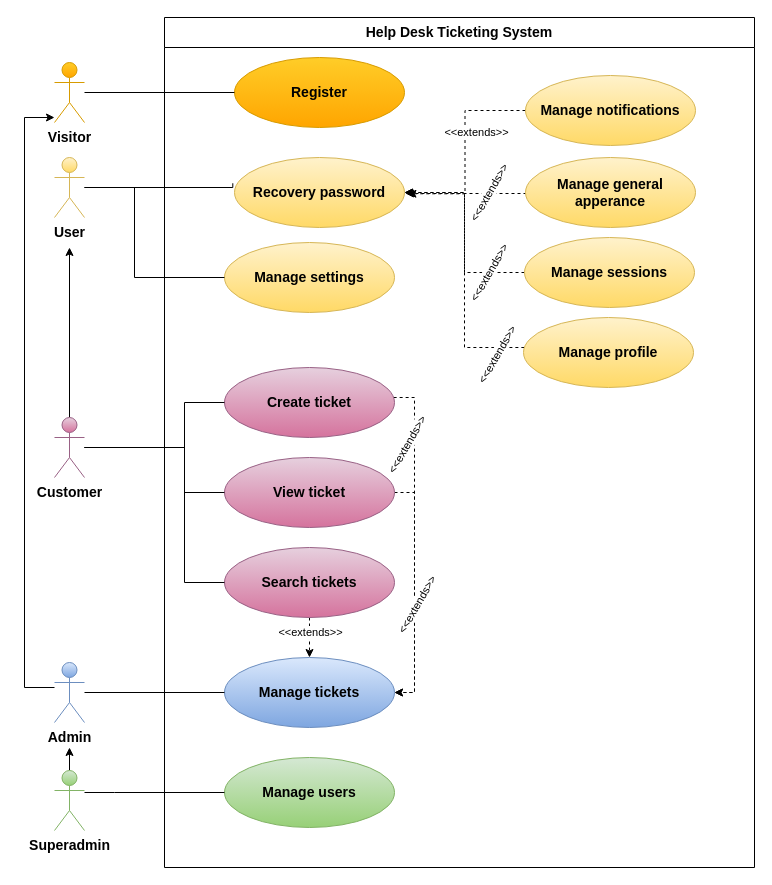
Earlier version of the draw.io diagram docs/diagrams/bases/use-case-diagram.drawio (NassimBenNsib/help-desk-web-base-app). Source tidied: cells renumbered, new cells numbered last; positions are measured from the earlier drawing's top-left corner, leaving out a move shared by most shapes. Both pictures are drawn from the tidied source at 100%, with x=0, y=0 at pixel (24, 17).
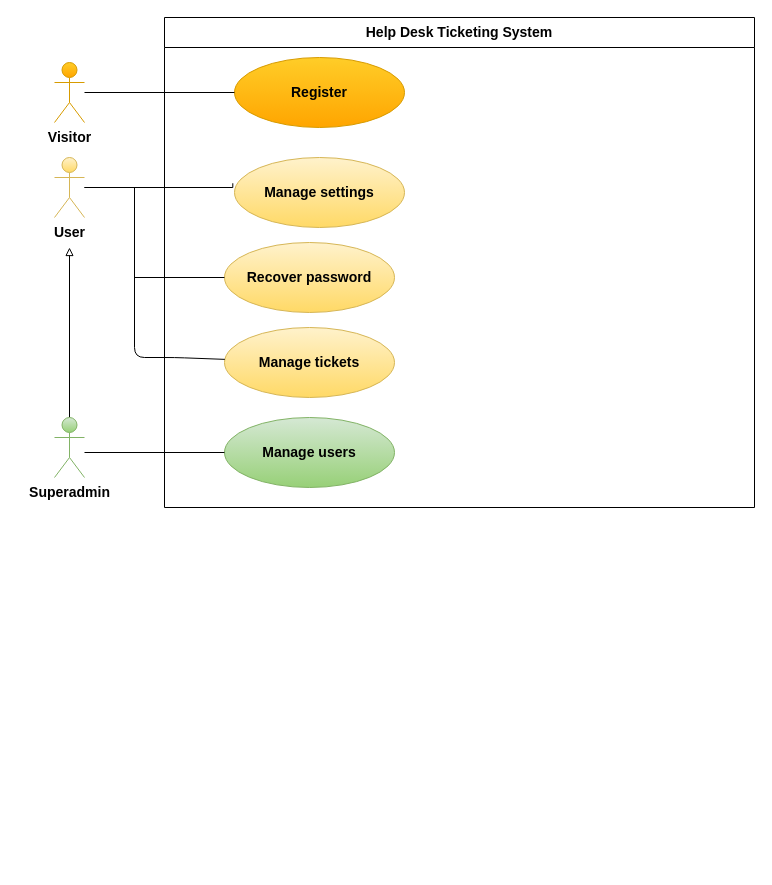
Above is the later version.

Commit message (it also covers changes not shown here):
Update use case

What changed in the source:
```diff
@@
     <mxCell id="2" value="Help Desk Ticketing System" style="swimlane;whiteSpace=wrap;html=1;startSize=30;fontSize=14;" parent="1" vertex="1">
-      <mxGeometry x="140" width="590" height="850" as="geometry" />
+      <mxGeometry x="140" width="590" height="490" as="geometry" />
     </mxCell>
@@
-    <mxCell id="4" value="&lt;b&gt;&lt;font style=&quot;font-size: 14px;&quot;&gt;Recovery password&lt;/font&gt;&lt;/b&gt;" style="ellipse;whiteSpace=wrap;html=1;fillColor=#fff2cc;gradientColor=#ffd966;strokeColor=#d6b656;" parent="2" vertex="1">
+    <mxCell id="4" value="&lt;span style=&quot;font-size: 14px;&quot;&gt;&lt;b&gt;Manage settings&lt;/b&gt;&lt;/span&gt;" style="ellipse;whiteSpace=wrap;html=1;fillColor=#fff2cc;gradientColor=#ffd966;strokeColor=#d6b656;" parent="2" vertex="1">
       <mxGeometry x="70" y="140" width="170" height="70" as="geometry" />
     </mxCell>
-    <mxCell id="5" value="&lt;span style=&quot;font-size: 14px;&quot;&gt;&lt;b&gt;Manage settings&lt;br&gt;&lt;/b&gt;&lt;/span&gt;" style="ellipse;whiteSpace=wrap;html=1;fillColor=#fff2cc;gradientColor=#ffd966;strokeColor=#d6b656;" parent="2" vertex="1">
+    <mxCell id="5" value="&lt;b style=&quot;border-color: var(--border-color);&quot;&gt;&lt;font style=&quot;border-color: var(--border-color); font-size: 14px;&quot;&gt;Recover password&lt;/font&gt;&lt;/b&gt;&lt;span style=&quot;font-size: 14px;&quot;&gt;&lt;b&gt;&lt;br&gt;&lt;/b&gt;&lt;/span&gt;" style="ellipse;whiteSpace=wrap;html=1;fillColor=#fff2cc;gradientColor=#ffd966;strokeColor=#d6b656;" parent="2" vertex="1">
       <mxGeometry x="60" y="225" width="170" height="70" as="geometry" />
     </mxCell>
-    <mxCell id="6" style="edgeStyle=orthogonalEdgeStyle;rounded=0;jettySize=auto;html=1;entryX=1.02;entryY=0.518;entryDx=0;entryDy=0;entryPerimeter=0;dashed=1;" parent="2" edge="1" source="7" target="4">
-      <mxGeometry relative="1" as="geometry">
-        <Array as="points">
-          <mxPoint x="300" y="255" />
-          <mxPoint x="300" y="176" />
-          <mxPoint x="243" y="176" />
-        </Array>
-      </mxGeometry>
-    </mxCell>
-    <mxCell id="7" value="&lt;b&gt;&lt;font style=&quot;font-size: 14px;&quot;&gt;Manage sessions&lt;br&gt;&lt;/font&gt;&lt;/b&gt;" style="ellipse;whiteSpace=wrap;html=1;fillColor=#fff2cc;gradientColor=#ffd966;strokeColor=#d6b656;" parent="2" vertex="1">
-      <mxGeometry x="360" y="220" width="170" height="70" as="geometry" />
-    </mxCell>
-    <mxCell id="8" style="edgeStyle=orthogonalEdgeStyle;rounded=0;jettySize=auto;html=1;entryX=1;entryY=0.5;entryDx=0;entryDy=0;dashed=1;" parent="2" edge="1" source="9" target="4">
-      <mxGeometry relative="1" as="geometry" />
-    </mxCell>
-    <mxCell id="9" value="&lt;span style=&quot;font-size: 14px;&quot;&gt;&lt;b&gt;Manage notifications&lt;/b&gt;&lt;/span&gt;" style="ellipse;whiteSpace=wrap;html=1;fillColor=#fff2cc;gradientColor=#ffd966;strokeColor=#d6b656;" parent="2" vertex="1">
-      <mxGeometry x="361" y="58" width="170" height="70" as="geometry" />
-    </mxCell>
-    <mxCell id="10" style="edgeStyle=orthogonalEdgeStyle;rounded=0;orthogonalLoop=1;jettySize=auto;html=1;entryX=1;entryY=0.5;entryDx=0;entryDy=0;dashed=1;" parent="2" edge="1">
-      <mxGeometry relative="1" as="geometry">
-        <mxPoint x="362" y="176" as="sourcePoint" />
-        <mxPoint x="241" y="176" as="targetPoint" />
-      </mxGeometry>
-    </mxCell>
-    <mxCell id="11" value="&lt;span style=&quot;font-size: 14px;&quot;&gt;&lt;b&gt;Manage general apperance&lt;/b&gt;&lt;/span&gt;" style="ellipse;whiteSpace=wrap;html=1;fillColor=#fff2cc;gradientColor=#ffd966;strokeColor=#d6b656;" parent="2" vertex="1">
-      <mxGeometry x="361" y="140" width="170" height="70" as="geometry" />
-    </mxCell>
-    <mxCell id="12" value="&lt;b&gt;&lt;font style=&quot;font-size: 14px;&quot;&gt;Manage tickets&lt;/font&gt;&lt;/b&gt;" style="ellipse;whiteSpace=wrap;html=1;fillColor=#dae8fc;gradientColor=#7ea6e0;strokeColor=#6c8ebf;" parent="2" vertex="1">
-      <mxGeometry x="60" y="640" width="170" height="70" as="geometry" />
+    <mxCell id="12" value="&lt;b&gt;&lt;font style=&quot;font-size: 14px;&quot;&gt;Manage tickets&lt;/font&gt;&lt;/b&gt;" style="ellipse;whiteSpace=wrap;html=1;fillColor=#fff2cc;gradientColor=#ffd966;strokeColor=#d6b656;" parent="2" vertex="1">
+      <mxGeometry x="60" y="310" width="170" height="70" as="geometry" />
     </mxCell>
-    <mxCell id="13" style="edgeStyle=orthogonalEdgeStyle;rounded=0;jettySize=auto;html=1;dashed=1;" parent="2" edge="1" source="14" target="12">
-      <mxGeometry relative="1" as="geometry">
-        <Array as="points">
-          <mxPoint x="250" y="380" />
-          <mxPoint x="250" y="675" />
-        </Array>
-      </mxGeometry>
-    </mxCell>
-    <mxCell id="14" value="&lt;b&gt;&lt;font style=&quot;font-size: 14px;&quot;&gt;Create ticket&lt;/font&gt;&lt;/b&gt;" style="ellipse;whiteSpace=wrap;html=1;fillColor=#e6d0de;gradientColor=#d5739d;strokeColor=#996185;" parent="2" vertex="1">
-      <mxGeometry x="60" y="350" width="170" height="70" as="geometry" />
-    </mxCell>
-    <mxCell id="15" style="edgeStyle=orthogonalEdgeStyle;rounded=0;jettySize=auto;html=1;entryX=1;entryY=0.5;entryDx=0;entryDy=0;dashed=1;" parent="2" edge="1" source="16" target="12">
-      <mxGeometry relative="1" as="geometry">
-        <Array as="points">
-          <mxPoint x="250" y="475" />
-          <mxPoint x="250" y="675" />
-        </Array>
-      </mxGeometry>
-    </mxCell>
-    <mxCell id="16" value="&lt;b&gt;&lt;font style=&quot;font-size: 14px;&quot;&gt;View ticket&lt;/font&gt;&lt;/b&gt;" style="ellipse;whiteSpace=wrap;html=1;fillColor=#e6d0de;gradientColor=#d5739d;strokeColor=#996185;" parent="2" vertex="1">
-      <mxGeometry x="60" y="440" width="170" height="70" as="geometry" />
-    </mxCell>
-    <mxCell id="17" style="edgeStyle=orthogonalEdgeStyle;rounded=0;jettySize=auto;html=1;endArrow=classic;endFill=1;dashed=1;" parent="2" edge="1" source="18" target="12">
-      <mxGeometry relative="1" as="geometry" />
-    </mxCell>
-    <mxCell id="18" value="&lt;b&gt;&lt;font style=&quot;font-size: 14px;&quot;&gt;Search tickets&lt;/font&gt;&lt;/b&gt;" style="ellipse;whiteSpace=wrap;html=1;fillColor=#e6d0de;gradientColor=#d5739d;strokeColor=#996185;" parent="2" vertex="1">
-      <mxGeometry x="60" y="530" width="170" height="70" as="geometry" />
-    </mxCell>
-    <mxCell id="19" value="&amp;lt;&amp;lt;extends&amp;gt;&amp;gt;" style="edgeLabel;html=1;align=center;verticalAlign=middle;rotation=-60;" parent="2" vertex="1">
-      <mxGeometry x="320" y="255" as="geometry">
-        <mxPoint x="1" y="4" as="offset" />
-      </mxGeometry>
-    </mxCell>
-    <mxCell id="20" style="edgeStyle=orthogonalEdgeStyle;rounded=0;jettySize=auto;html=1;entryX=1;entryY=0.5;entryDx=0;entryDy=0;dashed=1;" parent="2" edge="1" source="21" target="4">
-      <mxGeometry relative="1" as="geometry">
-        <Array as="points">
-          <mxPoint x="300" y="330" />
-          <mxPoint x="300" y="175" />
-        </Array>
-      </mxGeometry>
-    </mxCell>
-    <mxCell id="21" value="&lt;b&gt;&lt;font style=&quot;font-size: 14px;&quot;&gt;Manage profile&lt;br&gt;&lt;/font&gt;&lt;/b&gt;" style="ellipse;whiteSpace=wrap;html=1;fillColor=#fff2cc;gradientColor=#ffd966;strokeColor=#d6b656;" parent="2" vertex="1">
-      <mxGeometry x="359" y="300" width="170" height="70" as="geometry" />
-    </mxCell>
-    <mxCell id="22" value="&amp;lt;&amp;lt;extends&amp;gt;&amp;gt;" style="edgeLabel;html=1;align=center;verticalAlign=middle;" parent="2" vertex="1">
-      <mxGeometry x="310" y="110" as="geometry">
-        <mxPoint x="1" y="4" as="offset" />
-      </mxGeometry>
-    </mxCell>
-    <mxCell id="23" value="&amp;lt;&amp;lt;extends&amp;gt;&amp;gt;" style="edgeLabel;html=1;align=center;verticalAlign=middle;rotation=-60;" parent="2" vertex="1">
-      <mxGeometry x="320" y="175" as="geometry">
-        <mxPoint x="1" y="4" as="offset" />
-      </mxGeometry>
-    </mxCell>
-    <mxCell id="24" value="&amp;lt;&amp;lt;extends&amp;gt;&amp;gt;" style="edgeLabel;html=1;align=center;verticalAlign=middle;rotation=-60;" parent="2" vertex="1">
-      <mxGeometry x="230" y="300" as="geometry">
-        <mxPoint x="-105" y="74.4" as="offset" />
-      </mxGeometry>
-    </mxCell>
-    <mxCell id="25" value="&amp;lt;&amp;lt;extends&amp;gt;&amp;gt;" style="edgeLabel;html=1;align=center;verticalAlign=middle;rotation=-60;" parent="2" vertex="1">
-      <mxGeometry x="320" y="210" as="geometry">
-        <mxPoint x="-105" y="74.4" as="offset" />
-      </mxGeometry>
-    </mxCell>
-    <mxCell id="26" value="&amp;lt;&amp;lt;extends&amp;gt;&amp;gt;" style="edgeLabel;html=1;align=center;verticalAlign=middle;rotation=-60;" parent="2" vertex="1">
-      <mxGeometry x="240" y="460" as="geometry">
-        <mxPoint x="-105" y="74.4" as="offset" />
-      </mxGeometry>
-    </mxCell>
-    <mxCell id="27" value="&amp;lt;&amp;lt;extends&amp;gt;&amp;gt;" style="edgeLabel;html=1;align=center;verticalAlign=middle;rotation=0;" parent="2" vertex="1">
-      <mxGeometry x="250" y="540" as="geometry">
-        <mxPoint x="-105" y="74.4" as="offset" />
-      </mxGeometry>
-    </mxCell>
     <mxCell id="28" value="&lt;b&gt;&lt;font style=&quot;font-size: 14px;&quot;&gt;Manage users&lt;/font&gt;&lt;/b&gt;" style="ellipse;whiteSpace=wrap;html=1;fillColor=#d5e8d4;gradientColor=#97d077;strokeColor=#82b366;" parent="2" vertex="1">
-      <mxGeometry x="60" y="740" width="170" height="70" as="geometry" />
+      <mxGeometry x="60" y="400" width="170" height="70" as="geometry" />
     </mxCell>
-    <mxCell id="29" style="edgeStyle=orthogonalEdgeStyle;rounded=0;jettySize=auto;html=1;endArrow=none;endFill=0;" parent="1" edge="1" source="33" target="14">
-      <mxGeometry relative="1" as="geometry">
-        <Array as="points">
-          <mxPoint x="160" y="430" />
-          <mxPoint x="160" y="385" />
-        </Array>
-      </mxGeometry>
-    </mxCell>
-    <mxCell id="30" style="edgeStyle=orthogonalEdgeStyle;rounded=0;jettySize=auto;html=1;entryX=0;entryY=0.5;entryDx=0;entryDy=0;endArrow=none;endFill=0;" parent="1" edge="1" source="33" target="16">
-      <mxGeometry relative="1" as="geometry">
-        <Array as="points">
-          <mxPoint x="160" y="430" />
-          <mxPoint x="160" y="475" />
-        </Array>
-      </mxGeometry>
-    </mxCell>
-    <mxCell id="31" style="edgeStyle=orthogonalEdgeStyle;rounded=0;jettySize=auto;html=1;entryX=0;entryY=0.5;entryDx=0;entryDy=0;endArrow=none;endFill=0;" parent="1" edge="1" source="33" target="18">
-      <mxGeometry relative="1" as="geometry">
-        <Array as="points">
-          <mxPoint x="160" y="430" />
-          <mxPoint x="160" y="565" />
-        </Array>
-      </mxGeometry>
-    </mxCell>
-    <mxCell id="32" style="edgeStyle=orthogonalEdgeStyle;rounded=0;jettySize=auto;html=1;" parent="1" edge="1" source="33">
-      <mxGeometry relative="1" as="geometry">
-        <mxPoint x="45" y="230" as="targetPoint" />
-      </mxGeometry>
-    </mxCell>
-    <mxCell id="33" value="Customer" style="shape=umlActor;verticalLabelPosition=bottom;verticalAlign=top;html=1;outlineConnect=0;fillColor=#e6d0de;gradientColor=#d5739d;strokeColor=#996185;fontStyle=1;fontSize=14;" parent="1" vertex="1">
-      <mxGeometry x="30" y="400" width="30" height="60" as="geometry" />
-    </mxCell>
-    <mxCell id="34" style="edgeStyle=orthogonalEdgeStyle;rounded=0;orthogonalLoop=1;jettySize=auto;html=1;" parent="1" edge="1">
-      <mxGeometry relative="1" as="geometry">
-        <mxPoint x="30" y="670" as="sourcePoint" />
-        <mxPoint x="30" y="100" as="targetPoint" />
-        <Array as="points">
-          <mxPoint y="670" />
-          <mxPoint y="100" />
-        </Array>
-      </mxGeometry>
-    </mxCell>
-    <mxCell id="35" style="edgeStyle=orthogonalEdgeStyle;rounded=0;jettySize=auto;html=1;endArrow=none;endFill=0;" parent="1" edge="1" source="36" target="12">
-      <mxGeometry relative="1" as="geometry" />
-    </mxCell>
-    <mxCell id="36" value="Admin" style="shape=umlActor;verticalLabelPosition=bottom;verticalAlign=top;html=1;outlineConnect=0;fillColor=#dae8fc;gradientColor=#7ea6e0;strokeColor=#6c8ebf;fontStyle=1;fontSize=14;" parent="1" vertex="1">
-      <mxGeometry x="30" y="645" width="30" height="60" as="geometry" />
-    </mxCell>
-    <mxCell id="37" style="edgeStyle=orthogonalEdgeStyle;rounded=0;jettySize=auto;html=1;" parent="1" edge="1" source="39">
-      <mxGeometry relative="1" as="geometry">
-        <mxPoint x="45" y="730" as="targetPoint" />
-      </mxGeometry>
-    </mxCell>
-    <mxCell id="38" style="edgeStyle=orthogonalEdgeStyle;rounded=0;jettySize=auto;html=1;endArrow=none;endFill=0;" parent="1" edge="1" source="39" target="28">
-      <mxGeometry relative="1" as="geometry">
-        <Array as="points">
-          <mxPoint x="90" y="775" />
-          <mxPoint x="90" y="775" />
-        </Array>
-      </mxGeometry>
-    </mxCell>
+    <mxCell id="45" style="edgeStyle=none;html=1;endArrow=none;endFill=0;" parent="1" edge="1" target="28">
+      <mxGeometry relative="1" as="geometry">
+        <mxPoint x="60" y="435" as="sourcePoint" />
+      </mxGeometry>
+    </mxCell>
+    <mxCell id="46" style="edgeStyle=none;html=1;endArrow=block;endFill=0;" parent="1" edge="1" source="39">
+      <mxGeometry relative="1" as="geometry">
+        <mxPoint x="45" y="230" as="targetPoint" />
+      </mxGeometry>
+    </mxCell>
     <mxCell id="39" value="Superadmin" style="shape=umlActor;verticalLabelPosition=bottom;verticalAlign=top;html=1;outlineConnect=0;fillColor=#d5e8d4;gradientColor=#97d077;strokeColor=#82b366;fontStyle=1;fontSize=14;" parent="1" vertex="1">
-      <mxGeometry x="30" y="753" width="30" height="60" as="geometry" />
+      <mxGeometry x="30" y="400" width="30" height="60" as="geometry" />
     </mxCell>
@@
+    <mxCell id="47" style="edgeStyle=none;html=1;endArrow=none;endFill=0;" parent="1" edge="1" source="12">
+      <mxGeometry relative="1" as="geometry">
+        <mxPoint x="110" y="170" as="targetPoint" />
+        <Array as="points">
+          <mxPoint x="150" y="340" />
+          <mxPoint x="110" y="340" />
+        </Array>
+      </mxGeometry>
+    </mxCell>
```
